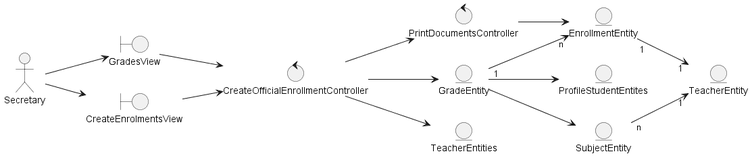
wsmcbl/wsmcbl.doc keeps this PlantUML diagram as out/DesignView/AnalysisView/UseCaseAnalysis/CU05.CreateOfficialEnrollmentBySection/Collaboration.CU05.Analysis.png. Above is the earlier version.
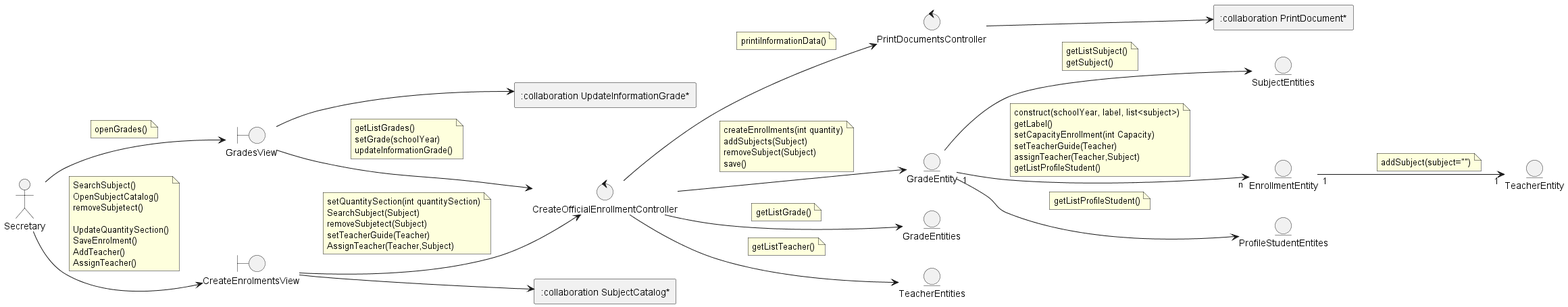
Later version of the same file.

Commit message:
Update Analysis UseCase05 #7

Diff of the diagram source:
```diff
@@ -8,34 +8,108 @@
 
 control CreateOfficialEnrollmentController
 control PrintDocumentsController
+rectangle SubjectCatalog as ":collaboration SubjectCatalog*"
+rectangle Imprimir as ":collaboration PrintDocument*"
+rectangle Update as ":collaboration UpdateInformationGrade*"
 
 entity EnrollmentEntity
 entity ProfileStudentEntites
 entity TeacherEntity
 entity GradeEntity
-entity SubjectEntity
+entity GradeEntities
+entity SubjectEntities
 entity TeacherEntities
 
 
 Secretary --> GradesView
+note on link
+    openGrades()
+end note
 Secretary --> CreateEnrolmentsView
+note on link
+    SearchSubject()
+    OpenSubjectCatalog()
+    removeSubjetect()
+
+    UpdateQuantitySection()
+    SaveEnrolment()
+    AddTeacher()
+    AssignTeacher()
+    end note
 
 
 GradesView --> CreateOfficialEnrollmentController
+note on link
+    getListGrades()
+    setGrade(schoolYear)
+    updateInformationGrade()
+end note
+
+GradesView --> Update
+
+
+
 CreateEnrolmentsView --> CreateOfficialEnrollmentController
+note on link
+    setQuantitySection(int quantitySection)
+    SearchSubject(Subject)
+    removeSubjetect(Subject)
+    setTeacherGuide(Teacher)
+    AssignTeacher(Teacher,Subject)
+end note
+
+CreateEnrolmentsView --> SubjectCatalog
 
 
 CreateOfficialEnrollmentController --> GradeEntity
+note on link
+    createEnrollments(int quantity)
+    addSubjects(Subject)
+    removeSubject(Subject)
+    save()
+end note
+
 CreateOfficialEnrollmentController --> TeacherEntities
+note on link
+    getListTeacher()
+end note
+
 CreateOfficialEnrollmentController --> PrintDocumentsController
+note on link
+    printiInformationData()
+end note
 
-PrintDocumentsController --> EnrollmentEntity
+CreateOfficialEnrollmentController --> GradeEntities
+note on link
+    getListGrade()
+end note
+
+PrintDocumentsController --> Imprimir
 
 
-GradeEntity --> SubjectEntity
+GradeEntity --> SubjectEntities
+note on link
+    getListSubject()
+    getSubject()
+end note
+
 GradeEntity "1" --> "n" EnrollmentEntity
+note on link
+    construct(schoolYear, label, list<subject>)
+    getLabel()
+    setCapacityEnrollment(int Capacity)
+    setTeacherGuide(Teacher)
+    assignTeacher(Teacher,Subject)
+    getListProfileStudent()
+end note
+
 GradeEntity --> ProfileStudentEntites
+note on link
+    getListProfileStudent()
+end note
 
 EnrollmentEntity "1" --> "1" TeacherEntity
-SubjectEntity "n" --> "1" TeacherEntity
+note on link
+    addSubject(subject="")
+end note
 @enduml
```
